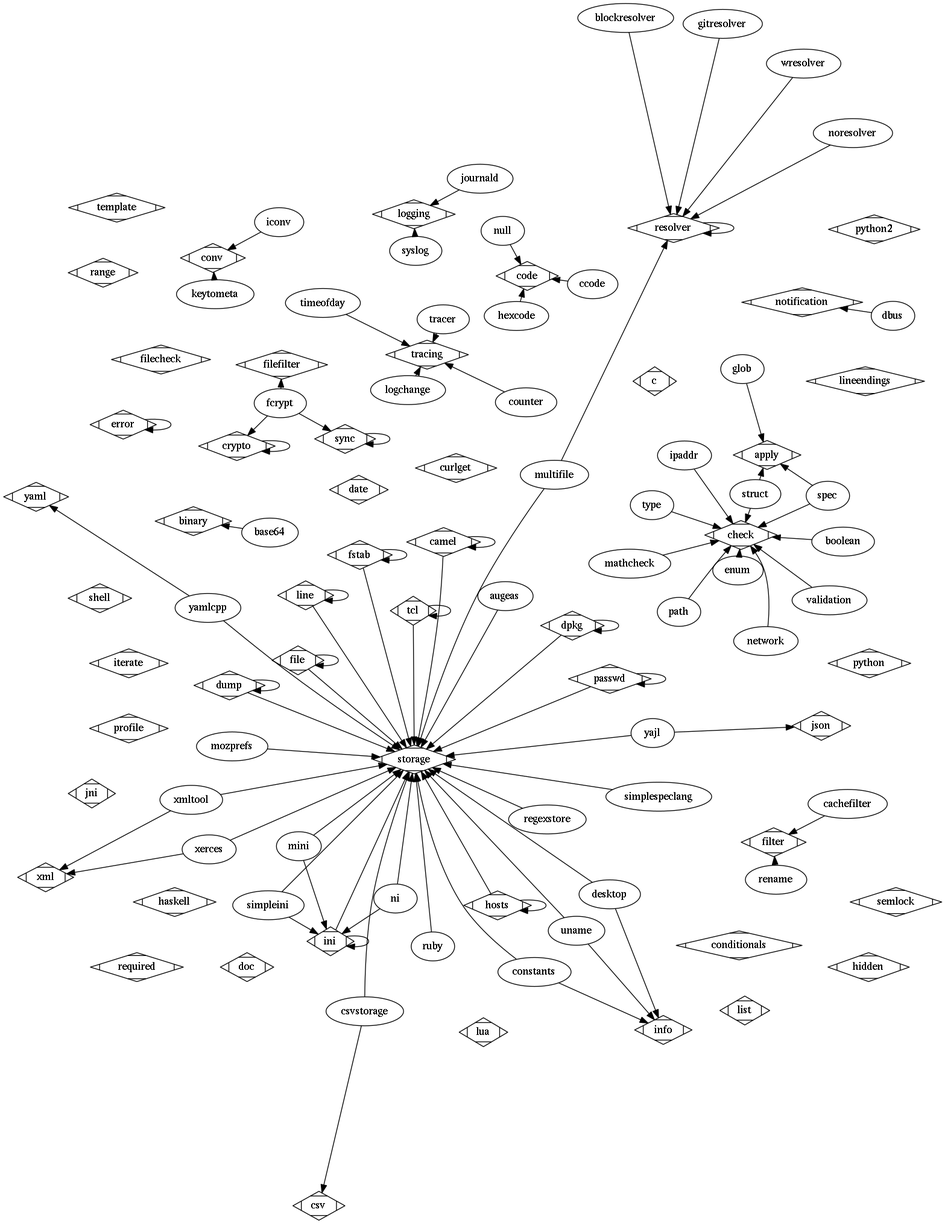
This is doc/images/plugins.png from ElektraInitiative/libelektra, a Graphviz export, as it was before one commit. Its source is kept beside it as doc/images/plugins.dot. Source of this version:
```dot
strict digraph G {
	splines = true;
	storage [shape=Mdiamond];
	augeas -> storage;
	binary [shape=Mdiamond];
	base64 -> binary;
	resolver [shape=Mdiamond];
	blockresolver -> resolver;
	check [shape=Mdiamond];
	boolean -> check;
	c [shape=Mdiamond];
	filter [shape=Mdiamond];
	cachefilter -> filter;
	storage [shape=Mdiamond];
	camel -> storage;
	camel [shape=Mdiamond];
	camel -> camel;
	code [shape=Mdiamond];
	ccode -> code;
	conditionals [shape=Mdiamond];
	storage [shape=Mdiamond];
	constants -> storage;
	info [shape=Mdiamond];
	constants -> info;
	tracing [shape=Mdiamond];
	counter -> tracing;
	crypto [shape=Mdiamond];
	crypto -> crypto;
	storage [shape=Mdiamond];
	csvstorage -> storage;
	csv [shape=Mdiamond];
	csvstorage -> csv;
	curlget [shape=Mdiamond];
	date [shape=Mdiamond];
	notification [shape=Mdiamond];
	dbus -> notification;
	storage [shape=Mdiamond];
	desktop -> storage;
	info [shape=Mdiamond];
	desktop -> info;
	doc [shape=Mdiamond];
	storage [shape=Mdiamond];
	dpkg -> storage;
	dpkg [shape=Mdiamond];
	dpkg -> dpkg;
	storage [shape=Mdiamond];
	dump -> storage;
	dump [shape=Mdiamond];
	dump -> dump;
	check [shape=Mdiamond];
	enum -> check;
	error [shape=Mdiamond];
	error -> error;
	sync [shape=Mdiamond];
	fcrypt -> sync;
	filefilter [shape=Mdiamond];
	fcrypt -> filefilter;
	crypto [shape=Mdiamond];
	fcrypt -> crypto;
	storage [shape=Mdiamond];
	file -> storage;
	file [shape=Mdiamond];
	file -> file;
	filecheck [shape=Mdiamond];
	storage [shape=Mdiamond];
	fstab -> storage;
	fstab [shape=Mdiamond];
	fstab -> fstab;
	resolver [shape=Mdiamond];
	gitresolver -> resolver;
	apply [shape=Mdiamond];
	glob -> apply;
	haskell [shape=Mdiamond];
	code [shape=Mdiamond];
	hexcode -> code;
	hidden [shape=Mdiamond];
	storage [shape=Mdiamond];
	hosts -> storage;
	hosts [shape=Mdiamond];
	hosts -> hosts;
	conv [shape=Mdiamond];
	iconv -> conv;
	storage [shape=Mdiamond];
	ini -> storage;
	ini [shape=Mdiamond];
	ini -> ini;
	check [shape=Mdiamond];
	ipaddr -> check;
	iterate [shape=Mdiamond];
	jni [shape=Mdiamond];
	logging [shape=Mdiamond];
	journald -> logging;
	conv [shape=Mdiamond];
	keytometa -> conv;
	storage [shape=Mdiamond];
	line -> storage;
	line [shape=Mdiamond];
	line -> line;
	lineendings [shape=Mdiamond];
	list [shape=Mdiamond];
	tracing [shape=Mdiamond];
	logchange -> tracing;
	lua [shape=Mdiamond];
	check [shape=Mdiamond];
	mathcheck -> check;
	storage [shape=Mdiamond];
	mini -> storage;
	ini [shape=Mdiamond];
	mini -> ini;
	storage [shape=Mdiamond];
	mozprefs -> storage;
	resolver [shape=Mdiamond];
	multifile -> resolver;
	storage [shape=Mdiamond];
	multifile -> storage;
	check [shape=Mdiamond];
	network -> check;
	storage [shape=Mdiamond];
	ni -> storage;
	ini [shape=Mdiamond];
	ni -> ini;
	resolver [shape=Mdiamond];
	noresolver -> resolver;
	code [shape=Mdiamond];
	null -> code;
	storage [shape=Mdiamond];
	passwd -> storage;
	passwd [shape=Mdiamond];
	passwd -> passwd;
	check [shape=Mdiamond];
	path -> check;
	profile [shape=Mdiamond];
	python [shape=Mdiamond];
	python2 [shape=Mdiamond];
	range [shape=Mdiamond];
	storage [shape=Mdiamond];
	regexstore -> storage;
	filter [shape=Mdiamond];
	rename -> filter;
	required [shape=Mdiamond];
	resolver [shape=Mdiamond];
	resolver -> resolver;
	storage [shape=Mdiamond];
	ruby -> storage;
	semlock [shape=Mdiamond];
	shell [shape=Mdiamond];
	storage [shape=Mdiamond];
	simpleini -> storage;
	ini [shape=Mdiamond];
	simpleini -> ini;
	storage [shape=Mdiamond];
	simplespeclang -> storage;
	check [shape=Mdiamond];
	spec -> check;
	apply [shape=Mdiamond];
	spec -> apply;
	apply [shape=Mdiamond];
	struct -> apply;
	check [shape=Mdiamond];
	struct -> check;
	sync [shape=Mdiamond];
	sync -> sync;
	logging [shape=Mdiamond];
	syslog -> logging;
	storage [shape=Mdiamond];
	tcl -> storage;
	tcl [shape=Mdiamond];
	tcl -> tcl;
	template [shape=Mdiamond];
	tracing [shape=Mdiamond];
	timeofday -> tracing;
	tracing [shape=Mdiamond];
	tracer -> tracing;
	check [shape=Mdiamond];
	type -> check;
	storage [shape=Mdiamond];
	uname -> storage;
	info [shape=Mdiamond];
	uname -> info;
	check [shape=Mdiamond];
	validation -> check;
	resolver [shape=Mdiamond];
	wresolver -> resolver;
	storage [shape=Mdiamond];
	xerces -> storage;
	xml [shape=Mdiamond];
	xerces -> xml;
	storage [shape=Mdiamond];
	xmltool -> storage;
	xml [shape=Mdiamond];
	xmltool -> xml;
	storage [shape=Mdiamond];
	yajl -> storage;
	json [shape=Mdiamond];
	yajl -> json;
	storage [shape=Mdiamond];
	yamlcpp -> storage;
	yaml [shape=Mdiamond];
	yamlcpp -> yaml;
}
```
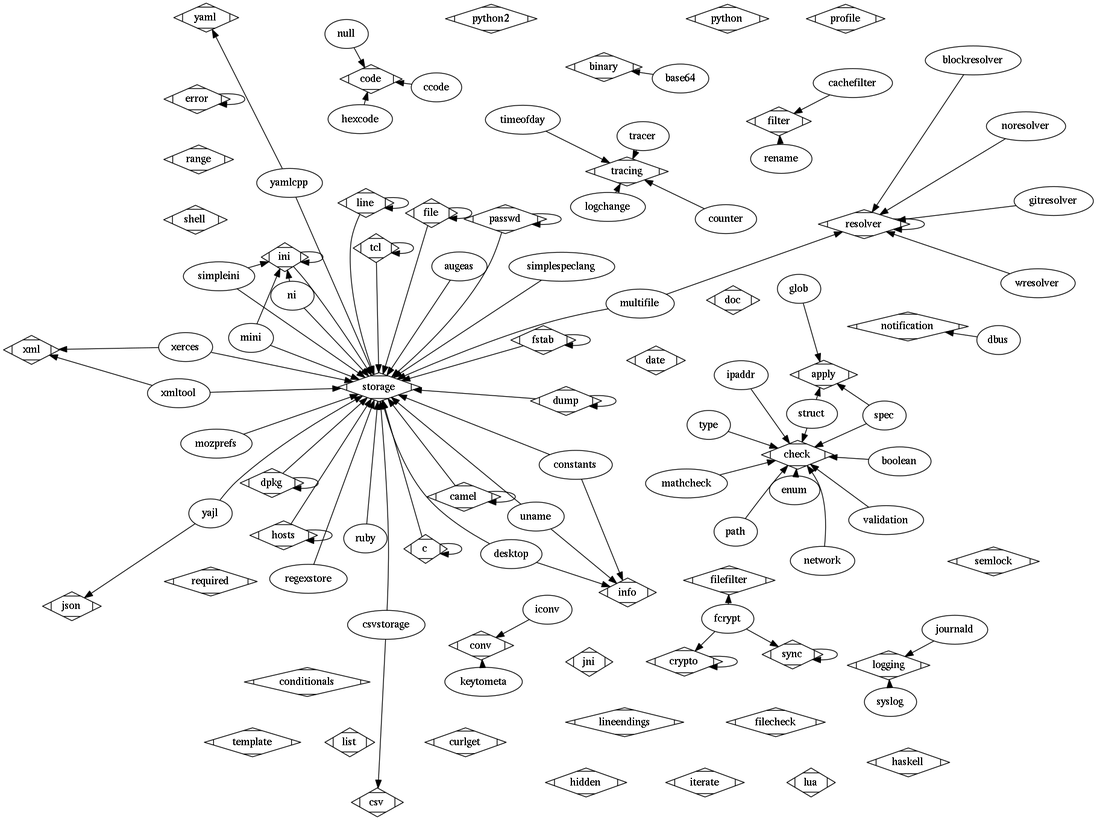
Later version of the same file.

Commit message:
doc: update graph with c plugin

Change to the diagram source:
```diff
@@ -8,7 +8,10 @@
 	blockresolver -> resolver;
 	check [shape=Mdiamond];
 	boolean -> check;
+	storage [shape=Mdiamond];
+	c -> storage;
 	c [shape=Mdiamond];
+	c -> c;
 	filter [shape=Mdiamond];
 	cachefilter -> filter;
 	storage [shape=Mdiamond];
```
